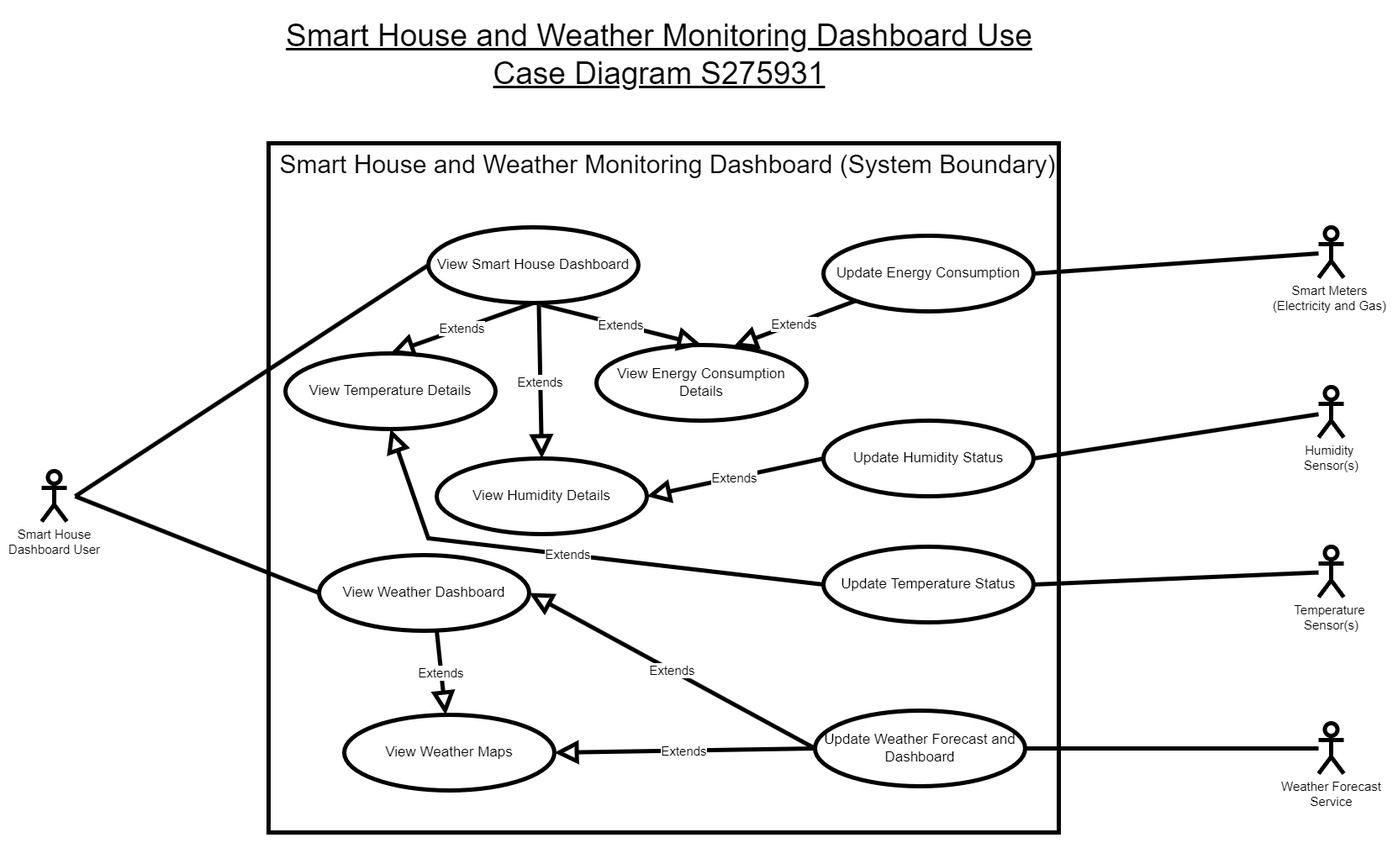
Above: Design/UML Diagrams/Use Case Diagram/Smart_House_and_Weather_Monitoring_Dashboard_Use_Case_Diagram.png in AlexanderJohnRobertson/Dissertation-Smart-Home-Weather-Dashboard (draw.io), before the change. Source tidied: cells renumbered, new cells last; positions are measured from the earlier drawing's top-left corner, leaving out a move shared by most shapes. Its diagram source:
```xml
<mxGraphModel>
  <root>
    <mxCell id="0" />
    <mxCell id="1" parent="0" />
    <mxCell id="2" style="html=1;whiteSpace=wrap;strokeWidth=5;" parent="1" vertex="1">
      <mxGeometry x="270" y="160" width="940" height="820" as="geometry" />
    </mxCell>
    <mxCell id="3" value="&lt;font style=&quot;font-size: 30px;&quot;&gt;Smart House and Weather Monitoring Dashboard (System Boundary)&lt;/font&gt;" style="text;html=1;align=center;verticalAlign=middle;whiteSpace=wrap;rounded=0;" parent="1" vertex="1">
      <mxGeometry x="280" y="170" width="930" height="30" as="geometry" />
    </mxCell>
    <mxCell id="4" value="&lt;font style=&quot;font-size: 15px;&quot;&gt;Smart House&lt;/font&gt;&lt;div style=&quot;font-size: 15px;&quot;&gt;&lt;font style=&quot;font-size: 15px;&quot;&gt;Dashboard User&lt;/font&gt;&lt;/div&gt;" style="shape=umlActor;verticalLabelPosition=bottom;verticalAlign=top;html=1;strokeWidth=5;" parent="1" vertex="1">
      <mxGeometry y="550" width="30" height="60" as="geometry" />
    </mxCell>
    <mxCell id="5" value="&lt;font style=&quot;font-size: 17px;&quot;&gt;View Smart House Dashboard&lt;/font&gt;" style="ellipse;whiteSpace=wrap;html=1;strokeWidth=5;" parent="1" vertex="1">
      <mxGeometry x="460" y="260" width="250" height="90" as="geometry" />
    </mxCell>
    <mxCell id="6" value="&lt;font style=&quot;font-size: 17px;&quot;&gt;View Weather Dashboard&lt;/font&gt;" style="ellipse;whiteSpace=wrap;html=1;strokeWidth=5;" parent="1" vertex="1">
      <mxGeometry x="330" y="650" width="250" height="90" as="geometry" />
    </mxCell>
    <mxCell id="7" value="&lt;font style=&quot;font-size: 17px;&quot;&gt;View Weather Maps&lt;/font&gt;" style="ellipse;whiteSpace=wrap;html=1;strokeWidth=5;" parent="1" vertex="1">
      <mxGeometry x="360" y="840" width="250" height="90" as="geometry" />
    </mxCell>
    <mxCell id="8" value="&lt;font style=&quot;font-size: 17px;&quot;&gt;View Temperature Details&lt;/font&gt;" style="ellipse;whiteSpace=wrap;html=1;strokeWidth=5;" parent="1" vertex="1">
      <mxGeometry x="290" y="410" width="250" height="90" as="geometry" />
    </mxCell>
    <mxCell id="9" value="&lt;font style=&quot;font-size: 17px;&quot;&gt;View Humidity Details&lt;/font&gt;" style="ellipse;whiteSpace=wrap;html=1;strokeWidth=5;" parent="1" vertex="1">
      <mxGeometry x="470" y="535" width="250" height="90" as="geometry" />
    </mxCell>
    <mxCell id="10" value="&lt;font style=&quot;font-size: 17px;&quot;&gt;View Energy Consumption Details&lt;/font&gt;" style="ellipse;whiteSpace=wrap;html=1;strokeWidth=5;" parent="1" vertex="1">
      <mxGeometry x="660" y="400" width="250" height="90" as="geometry" />
    </mxCell>
    <mxCell id="11" style="endArrow=none;html=1;rounded=0;entryX=0;entryY=0.5;entryDx=0;entryDy=0;strokeWidth=5;" parent="1" edge="1" target="5">
      <mxGeometry relative="1" as="geometry">
        <mxPoint x="40" y="580" as="sourcePoint" />
      </mxGeometry>
    </mxCell>
    <mxCell id="12" style="endArrow=none;html=1;rounded=0;entryX=0;entryY=0.5;entryDx=0;entryDy=0;strokeWidth=5;" parent="1" edge="1" target="6">
      <mxGeometry relative="1" as="geometry">
        <mxPoint x="40" y="580" as="sourcePoint" />
      </mxGeometry>
    </mxCell>
    <mxCell id="13" value="&lt;font style=&quot;font-size: 15px;&quot;&gt;Extends&lt;/font&gt;" style="endArrow=block;endSize=16;endFill=0;html=1;rounded=0;strokeWidth=5;" parent="1" edge="1" target="7">
      <mxGeometry relative="1" as="geometry">
        <mxPoint x="470" y="740" as="sourcePoint" />
      </mxGeometry>
    </mxCell>
    <mxCell id="14" value="&lt;font style=&quot;font-size: 15px;&quot;&gt;Extends&lt;/font&gt;" style="endArrow=block;endSize=16;endFill=0;html=1;rounded=0;exitX=0.5;exitY=1;exitDx=0;exitDy=0;entryX=0.5;entryY=0;entryDx=0;entryDy=0;strokeWidth=5;" parent="1" edge="1" source="5" target="8">
      <mxGeometry relative="1" as="geometry" />
    </mxCell>
    <mxCell id="15" value="&lt;font style=&quot;font-size: 15px;&quot;&gt;Extends&lt;/font&gt;" style="endArrow=block;endSize=16;endFill=0;html=1;rounded=0;exitX=0.526;exitY=1.024;exitDx=0;exitDy=0;entryX=0.5;entryY=0;entryDx=0;entryDy=0;exitPerimeter=0;strokeWidth=5;" parent="1" edge="1" source="5" target="9">
      <mxGeometry relative="1" as="geometry" />
    </mxCell>
    <mxCell id="16" value="&lt;font style=&quot;font-size: 15px;&quot;&gt;Extends&lt;/font&gt;" style="endArrow=block;endSize=16;endFill=0;html=1;rounded=0;exitX=0.537;exitY=1.024;exitDx=0;exitDy=0;entryX=0.5;entryY=0;entryDx=0;entryDy=0;exitPerimeter=0;strokeWidth=5;" parent="1" edge="1" source="5" target="10">
      <mxGeometry relative="1" as="geometry" />
    </mxCell>
    <mxCell id="17" value="&lt;font style=&quot;font-size: 15px;&quot;&gt;Temperature&amp;nbsp;&lt;/font&gt;&lt;div style=&quot;font-size: 15px;&quot;&gt;&lt;font style=&quot;font-size: 15px;&quot;&gt;Sensor(s)&lt;/font&gt;&lt;/div&gt;" style="shape=umlActor;verticalLabelPosition=bottom;verticalAlign=top;html=1;strokeWidth=5;" parent="1" vertex="1">
      <mxGeometry x="1519" y="640" width="30" height="60" as="geometry" />
    </mxCell>
    <mxCell id="18" value="&lt;font style=&quot;font-size: 15px;&quot;&gt;Humidity&amp;nbsp;&lt;/font&gt;&lt;div style=&quot;font-size: 15px;&quot;&gt;&lt;font style=&quot;font-size: 15px;&quot;&gt;Sensor(s)&lt;/font&gt;&lt;/div&gt;" style="shape=umlActor;verticalLabelPosition=bottom;verticalAlign=top;html=1;strokeWidth=5;" parent="1" vertex="1">
      <mxGeometry x="1519" y="450" width="30" height="60" as="geometry" />
    </mxCell>
    <mxCell id="19" value="&lt;font style=&quot;font-size: 15px;&quot;&gt;Smart Meters&amp;nbsp;&lt;/font&gt;&lt;div style=&quot;font-size: 15px;&quot;&gt;&lt;font style=&quot;font-size: 15px;&quot;&gt;(Electricity and Gas)&amp;nbsp;&lt;/font&gt;&lt;/div&gt;" style="shape=umlActor;verticalLabelPosition=bottom;verticalAlign=top;html=1;strokeWidth=5;" parent="1" vertex="1">
      <mxGeometry x="1519" y="260" width="30" height="60" as="geometry" />
    </mxCell>
    <mxCell id="20" value="&lt;font style=&quot;font-size: 15px;&quot;&gt;Weather Forecast&lt;/font&gt;&lt;div style=&quot;font-size: 15px;&quot;&gt;&lt;font style=&quot;font-size: 15px;&quot;&gt;Service&lt;/font&gt;&lt;/div&gt;" style="shape=umlActor;verticalLabelPosition=bottom;verticalAlign=top;html=1;strokeWidth=5;" parent="1" vertex="1">
      <mxGeometry x="1519" y="850" width="30" height="60" as="geometry" />
    </mxCell>
    <mxCell id="21" value="&lt;font style=&quot;font-size: 17px;&quot;&gt;Update Temperature Status&lt;/font&gt;" style="ellipse;whiteSpace=wrap;html=1;strokeWidth=5;" parent="1" vertex="1">
      <mxGeometry x="930" y="640" width="250" height="90" as="geometry" />
    </mxCell>
    <mxCell id="22" value="&lt;font style=&quot;font-size: 17px;&quot;&gt;Update Humidity Status&lt;/font&gt;" style="ellipse;whiteSpace=wrap;html=1;strokeWidth=5;" parent="1" vertex="1">
      <mxGeometry x="930" y="490" width="250" height="90" as="geometry" />
    </mxCell>
    <mxCell id="23" value="&lt;font style=&quot;font-size: 17px;&quot;&gt;Update Energy Consumption&lt;/font&gt;" style="ellipse;whiteSpace=wrap;html=1;strokeWidth=5;" parent="1" vertex="1">
      <mxGeometry x="930" y="270" width="250" height="90" as="geometry" />
    </mxCell>
    <mxCell id="24" value="&lt;font style=&quot;font-size: 17px;&quot;&gt;Update Weather Forecast and Dashboard&lt;/font&gt;" style="ellipse;whiteSpace=wrap;html=1;strokeWidth=5;" parent="1" vertex="1">
      <mxGeometry x="920" y="835" width="250" height="90" as="geometry" />
    </mxCell>
    <mxCell id="25" style="endArrow=none;html=1;rounded=0;strokeWidth=5;exitX=1;exitY=0.5;exitDx=0;exitDy=0;" parent="1" edge="1" source="23" target="19">
      <mxGeometry relative="1" as="geometry" />
    </mxCell>
    <mxCell id="26" style="endArrow=none;html=1;rounded=0;strokeWidth=5;exitX=1;exitY=0.5;exitDx=0;exitDy=0;" parent="1" edge="1" source="22" target="18">
      <mxGeometry relative="1" as="geometry" />
    </mxCell>
    <mxCell id="27" style="endArrow=none;html=1;rounded=0;strokeWidth=5;exitX=1;exitY=0.5;exitDx=0;exitDy=0;" parent="1" edge="1" source="21" target="17">
      <mxGeometry relative="1" as="geometry" />
    </mxCell>
    <mxCell id="28" style="endArrow=none;html=1;rounded=0;strokeWidth=5;exitX=1;exitY=0.5;exitDx=0;exitDy=0;" parent="1" edge="1" source="24" target="20">
      <mxGeometry relative="1" as="geometry" />
    </mxCell>
    <mxCell id="29" value="&lt;font style=&quot;font-size: 15px;&quot;&gt;Extends&lt;/font&gt;" style="endArrow=block;endSize=16;endFill=0;html=1;rounded=0;entryX=0.653;entryY=0.017;entryDx=0;entryDy=0;entryPerimeter=0;strokeWidth=5;" parent="1" edge="1" source="23" target="10">
      <mxGeometry relative="1" as="geometry" />
    </mxCell>
    <mxCell id="30" value="&lt;font style=&quot;font-size: 15px;&quot;&gt;Extends&lt;/font&gt;" style="endArrow=block;endSize=16;endFill=0;html=1;rounded=0;entryX=1;entryY=0.5;entryDx=0;entryDy=0;exitX=0;exitY=0.5;exitDx=0;exitDy=0;strokeWidth=5;" parent="1" edge="1" source="22" target="9">
      <mxGeometry relative="1" as="geometry" />
    </mxCell>
    <mxCell id="31" value="&lt;font style=&quot;font-size: 15px;&quot;&gt;Extends&lt;/font&gt;" style="endArrow=block;endSize=16;endFill=0;html=1;rounded=0;entryX=0.5;entryY=1;entryDx=0;entryDy=0;exitX=0;exitY=0.5;exitDx=0;exitDy=0;strokeWidth=5;" parent="1" edge="1" source="21" target="8">
      <mxGeometry relative="1" as="geometry">
        <Array as="points">
          <mxPoint x="460" y="630" />
        </Array>
      </mxGeometry>
    </mxCell>
    <mxCell id="32" value="&lt;font style=&quot;font-size: 15px;&quot;&gt;Extends&lt;/font&gt;" style="endArrow=block;endSize=16;endFill=0;html=1;rounded=0;entryX=1;entryY=0.5;entryDx=0;entryDy=0;exitX=0;exitY=0.5;exitDx=0;exitDy=0;strokeWidth=5;" parent="1" edge="1" source="24" target="6">
      <mxGeometry relative="1" as="geometry" />
    </mxCell>
    <mxCell id="33" value="&lt;font style=&quot;font-size: 15px;&quot;&gt;Extends&lt;/font&gt;" style="endArrow=block;endSize=16;endFill=0;html=1;rounded=0;entryX=1;entryY=0.5;entryDx=0;entryDy=0;exitX=0;exitY=0.5;exitDx=0;exitDy=0;strokeWidth=5;" parent="1" edge="1" source="24" target="7">
      <mxGeometry relative="1" as="geometry" />
    </mxCell>
    <mxCell id="34" value="&lt;font style=&quot;font-size: 37px;&quot;&gt;&lt;u&gt;Smart House and Weather Monitoring Dashboard Use Case Diagram S275931&lt;/u&gt;&lt;/font&gt;" style="text;html=1;align=center;verticalAlign=middle;whiteSpace=wrap;rounded=0;" parent="1" vertex="1">
      <mxGeometry x="270" width="930" height="110" as="geometry" />
    </mxCell>
  </root>
</mxGraphModel>
```
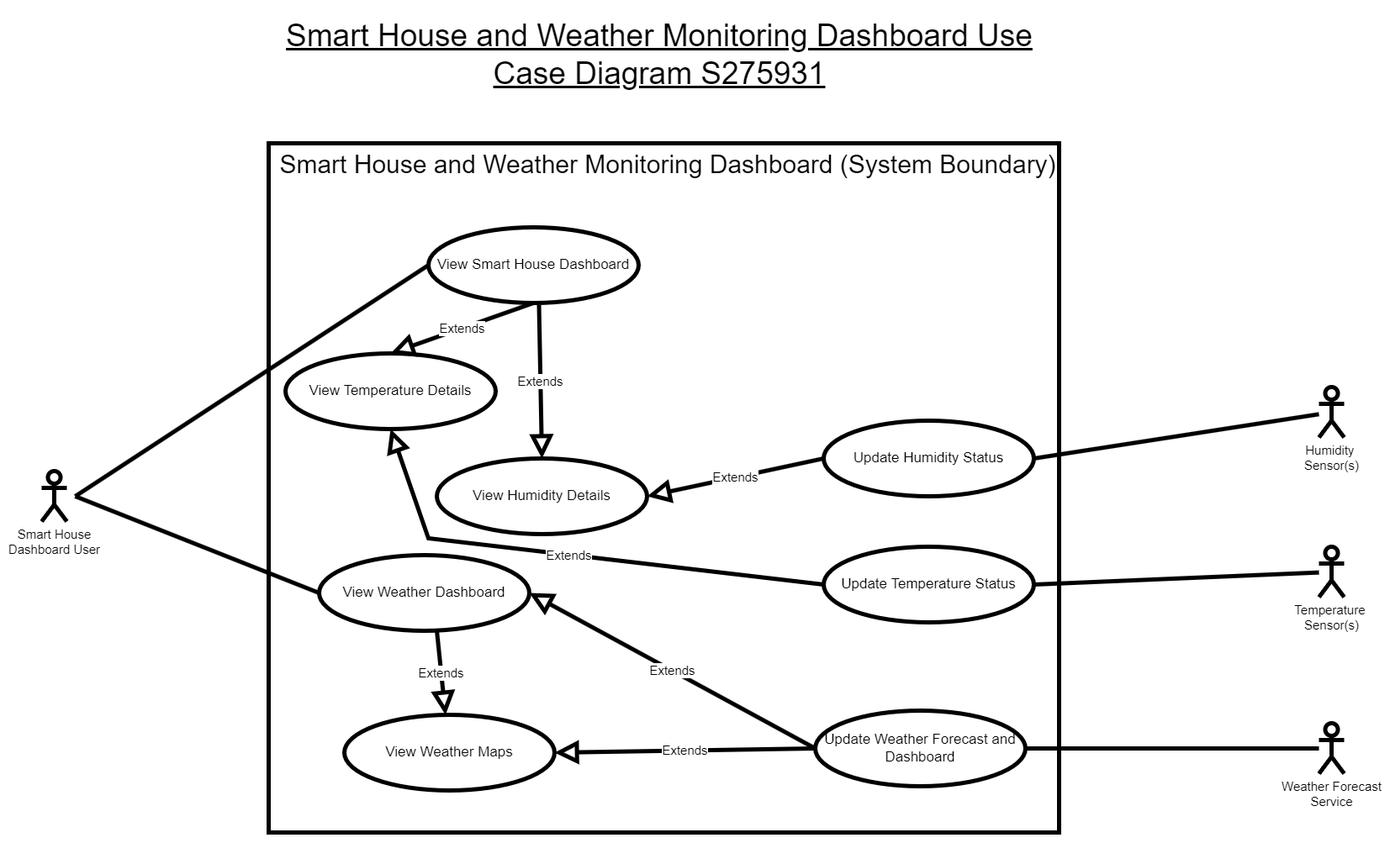
After the change.

Diff of the diagram source:
```diff
@@ -26,9 +26,6 @@
     <mxCell id="9" value="&lt;font style=&quot;font-size: 17px;&quot;&gt;View Humidity Details&lt;/font&gt;" style="ellipse;whiteSpace=wrap;html=1;strokeWidth=5;" parent="1" vertex="1">
       <mxGeometry x="470" y="535" width="250" height="90" as="geometry" />
     </mxCell>
-    <mxCell id="10" value="&lt;font style=&quot;font-size: 17px;&quot;&gt;View Energy Consumption Details&lt;/font&gt;" style="ellipse;whiteSpace=wrap;html=1;strokeWidth=5;" parent="1" vertex="1">
-      <mxGeometry x="660" y="400" width="250" height="90" as="geometry" />
-    </mxCell>
     <mxCell id="11" style="endArrow=none;html=1;rounded=0;entryX=0;entryY=0.5;entryDx=0;entryDy=0;strokeWidth=5;" parent="1" edge="1" target="5">
       <mxGeometry relative="1" as="geometry">
         <mxPoint x="40" y="580" as="sourcePoint" />
@@ -50,18 +47,12 @@
     <mxCell id="15" value="&lt;font style=&quot;font-size: 15px;&quot;&gt;Extends&lt;/font&gt;" style="endArrow=block;endSize=16;endFill=0;html=1;rounded=0;exitX=0.526;exitY=1.024;exitDx=0;exitDy=0;entryX=0.5;entryY=0;entryDx=0;entryDy=0;exitPerimeter=0;strokeWidth=5;" parent="1" edge="1" source="5" target="9">
       <mxGeometry relative="1" as="geometry" />
     </mxCell>
-    <mxCell id="16" value="&lt;font style=&quot;font-size: 15px;&quot;&gt;Extends&lt;/font&gt;" style="endArrow=block;endSize=16;endFill=0;html=1;rounded=0;exitX=0.537;exitY=1.024;exitDx=0;exitDy=0;entryX=0.5;entryY=0;entryDx=0;entryDy=0;exitPerimeter=0;strokeWidth=5;" parent="1" edge="1" source="5" target="10">
-      <mxGeometry relative="1" as="geometry" />
-    </mxCell>
     <mxCell id="17" value="&lt;font style=&quot;font-size: 15px;&quot;&gt;Temperature&amp;nbsp;&lt;/font&gt;&lt;div style=&quot;font-size: 15px;&quot;&gt;&lt;font style=&quot;font-size: 15px;&quot;&gt;Sensor(s)&lt;/font&gt;&lt;/div&gt;" style="shape=umlActor;verticalLabelPosition=bottom;verticalAlign=top;html=1;strokeWidth=5;" parent="1" vertex="1">
       <mxGeometry x="1519" y="640" width="30" height="60" as="geometry" />
     </mxCell>
     <mxCell id="18" value="&lt;font style=&quot;font-size: 15px;&quot;&gt;Humidity&amp;nbsp;&lt;/font&gt;&lt;div style=&quot;font-size: 15px;&quot;&gt;&lt;font style=&quot;font-size: 15px;&quot;&gt;Sensor(s)&lt;/font&gt;&lt;/div&gt;" style="shape=umlActor;verticalLabelPosition=bottom;verticalAlign=top;html=1;strokeWidth=5;" parent="1" vertex="1">
       <mxGeometry x="1519" y="450" width="30" height="60" as="geometry" />
     </mxCell>
-    <mxCell id="19" value="&lt;font style=&quot;font-size: 15px;&quot;&gt;Smart Meters&amp;nbsp;&lt;/font&gt;&lt;div style=&quot;font-size: 15px;&quot;&gt;&lt;font style=&quot;font-size: 15px;&quot;&gt;(Electricity and Gas)&amp;nbsp;&lt;/font&gt;&lt;/div&gt;" style="shape=umlActor;verticalLabelPosition=bottom;verticalAlign=top;html=1;strokeWidth=5;" parent="1" vertex="1">
-      <mxGeometry x="1519" y="260" width="30" height="60" as="geometry" />
-    </mxCell>
     <mxCell id="20" value="&lt;font style=&quot;font-size: 15px;&quot;&gt;Weather Forecast&lt;/font&gt;&lt;div style=&quot;font-size: 15px;&quot;&gt;&lt;font style=&quot;font-size: 15px;&quot;&gt;Service&lt;/font&gt;&lt;/div&gt;" style="shape=umlActor;verticalLabelPosition=bottom;verticalAlign=top;html=1;strokeWidth=5;" parent="1" vertex="1">
       <mxGeometry x="1519" y="850" width="30" height="60" as="geometry" />
     </mxCell>
@@ -71,15 +62,9 @@
     <mxCell id="22" value="&lt;font style=&quot;font-size: 17px;&quot;&gt;Update Humidity Status&lt;/font&gt;" style="ellipse;whiteSpace=wrap;html=1;strokeWidth=5;" parent="1" vertex="1">
       <mxGeometry x="930" y="490" width="250" height="90" as="geometry" />
     </mxCell>
-    <mxCell id="23" value="&lt;font style=&quot;font-size: 17px;&quot;&gt;Update Energy Consumption&lt;/font&gt;" style="ellipse;whiteSpace=wrap;html=1;strokeWidth=5;" parent="1" vertex="1">
-      <mxGeometry x="930" y="270" width="250" height="90" as="geometry" />
-    </mxCell>
     <mxCell id="24" value="&lt;font style=&quot;font-size: 17px;&quot;&gt;Update Weather Forecast and Dashboard&lt;/font&gt;" style="ellipse;whiteSpace=wrap;html=1;strokeWidth=5;" parent="1" vertex="1">
       <mxGeometry x="920" y="835" width="250" height="90" as="geometry" />
     </mxCell>
-    <mxCell id="25" style="endArrow=none;html=1;rounded=0;strokeWidth=5;exitX=1;exitY=0.5;exitDx=0;exitDy=0;" parent="1" edge="1" source="23" target="19">
-      <mxGeometry relative="1" as="geometry" />
-    </mxCell>
     <mxCell id="26" style="endArrow=none;html=1;rounded=0;strokeWidth=5;exitX=1;exitY=0.5;exitDx=0;exitDy=0;" parent="1" edge="1" source="22" target="18">
       <mxGeometry relative="1" as="geometry" />
     </mxCell>
@@ -89,9 +74,6 @@
     <mxCell id="28" style="endArrow=none;html=1;rounded=0;strokeWidth=5;exitX=1;exitY=0.5;exitDx=0;exitDy=0;" parent="1" edge="1" source="24" target="20">
       <mxGeometry relative="1" as="geometry" />
     </mxCell>
-    <mxCell id="29" value="&lt;font style=&quot;font-size: 15px;&quot;&gt;Extends&lt;/font&gt;" style="endArrow=block;endSize=16;endFill=0;html=1;rounded=0;entryX=0.653;entryY=0.017;entryDx=0;entryDy=0;entryPerimeter=0;strokeWidth=5;" parent="1" edge="1" source="23" target="10">
-      <mxGeometry relative="1" as="geometry" />
-    </mxCell>
     <mxCell id="30" value="&lt;font style=&quot;font-size: 15px;&quot;&gt;Extends&lt;/font&gt;" style="endArrow=block;endSize=16;endFill=0;html=1;rounded=0;entryX=1;entryY=0.5;entryDx=0;entryDy=0;exitX=0;exitY=0.5;exitDx=0;exitDy=0;strokeWidth=5;" parent="1" edge="1" source="22" target="9">
       <mxGeometry relative="1" as="geometry" />
     </mxCell>
```
